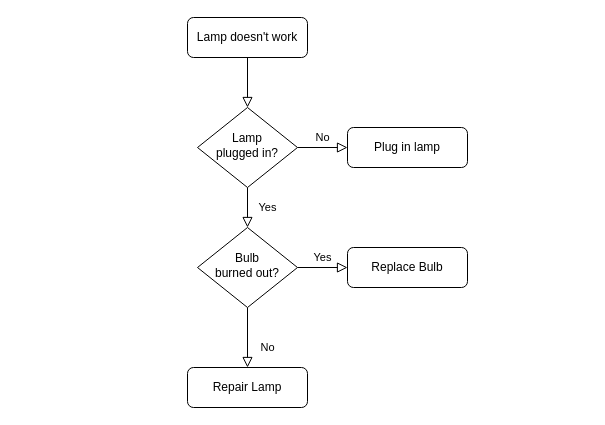
Lady9696/DEV004-md-links keeps this draw.io diagram as Diagrama sin título.drawio. Above is the earlier version. Source tidied: cells renumbered, new cells numbered last; positions are measured from the earlier drawing's top-left corner, leaving out a move shared by most shapes. Both pictures are drawn from the tidied source at 100%, with x=0, y=0 at pixel (187, 17).
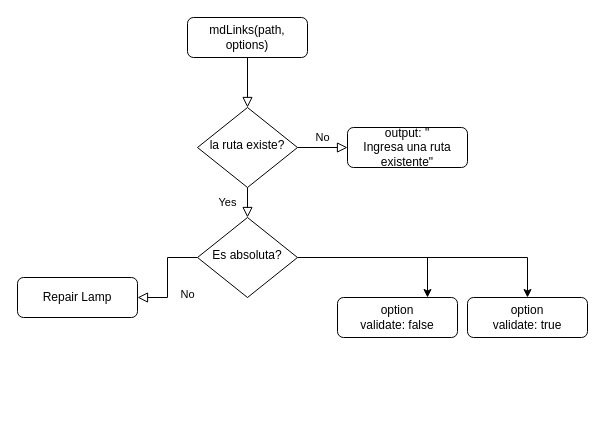
After the change.

Change to the diagram source:
```diff
@@
 <mxGraphModel>
   <root>
     <mxCell id="0" />
     <mxCell id="1" parent="0" />
     <mxCell id="2" style="rounded=0;html=1;jettySize=auto;fontSize=11;endArrow=block;endFill=0;endSize=8;strokeWidth=1;shadow=0;labelBackgroundColor=none;edgeStyle=orthogonalEdgeStyle;" parent="1" edge="1" source="3" target="6">
       <mxGeometry relative="1" as="geometry" />
     </mxCell>
-    <mxCell id="3" value="Lamp doesn't work" style="rounded=1;whiteSpace=wrap;html=1;fontSize=12;glass=0;strokeWidth=1;shadow=0;" parent="1" vertex="1">
+    <mxCell id="3" value="mdLinks(path, options)" style="rounded=1;whiteSpace=wrap;html=1;fontSize=12;glass=0;strokeWidth=1;shadow=0;" parent="1" vertex="1">
       <mxGeometry width="120" height="40" as="geometry" />
     </mxCell>
     <mxCell id="4" value="Yes" style="rounded=0;html=1;jettySize=auto;fontSize=11;endArrow=block;endFill=0;endSize=8;strokeWidth=1;shadow=0;labelBackgroundColor=none;edgeStyle=orthogonalEdgeStyle;" parent="1" edge="1" source="6" target="10">
       <mxGeometry y="20" relative="1" as="geometry" />
     </mxCell>
     <mxCell id="5" value="No" style="edgeStyle=orthogonalEdgeStyle;rounded=0;html=1;jettySize=auto;fontSize=11;endArrow=block;endFill=0;endSize=8;strokeWidth=1;shadow=0;labelBackgroundColor=none;" parent="1" edge="1" source="6" target="7">
       <mxGeometry y="10" relative="1" as="geometry" />
     </mxCell>
-    <mxCell id="6" value="Lamp&lt;br&gt;plugged in?" style="rhombus;whiteSpace=wrap;html=1;shadow=0;fontFamily=Helvetica;fontSize=12;align=center;strokeWidth=1;spacing=6;spacingTop=-4;" parent="1" vertex="1">
+    <mxCell id="6" value="la ruta existe?" style="rhombus;whiteSpace=wrap;html=1;shadow=0;fontFamily=Helvetica;fontSize=12;align=center;strokeWidth=1;spacing=6;spacingTop=-4;" parent="1" vertex="1">
       <mxGeometry x="10" y="90" width="100" height="80" as="geometry" />
     </mxCell>
-    <mxCell id="7" value="Plug in lamp" style="rounded=1;whiteSpace=wrap;html=1;fontSize=12;glass=0;strokeWidth=1;shadow=0;" parent="1" vertex="1">
+    <mxCell id="7" value="output: &quot;&lt;br&gt;Ingresa una ruta existente&quot;" style="rounded=1;whiteSpace=wrap;html=1;fontSize=12;glass=0;strokeWidth=1;shadow=0;" parent="1" vertex="1">
       <mxGeometry x="160" y="110" width="120" height="40" as="geometry" />
     </mxCell>
     <mxCell id="8" value="No" style="rounded=0;html=1;jettySize=auto;fontSize=11;endArrow=block;endFill=0;endSize=8;strokeWidth=1;shadow=0;labelBackgroundColor=none;edgeStyle=orthogonalEdgeStyle;" parent="1" edge="1" source="10" target="11">
       <mxGeometry x="0.33" y="20" relative="1" as="geometry" />
     </mxCell>
-    <mxCell id="9" value="Yes" style="edgeStyle=orthogonalEdgeStyle;rounded=0;html=1;jettySize=auto;fontSize=11;endArrow=block;endFill=0;endSize=8;strokeWidth=1;shadow=0;labelBackgroundColor=none;" parent="1" edge="1" source="10" target="12">
-      <mxGeometry y="10" relative="1" as="geometry" />
-    </mxCell>
+    <mxCell id="13" style="edgeStyle=orthogonalEdgeStyle;rounded=0;jettySize=auto;html=1;entryX=0.5;entryY=0;entryDx=0;entryDy=0;" parent="1" edge="1" source="10" target="16">
+      <mxGeometry relative="1" as="geometry" />
+    </mxCell>
+    <mxCell id="14" style="edgeStyle=orthogonalEdgeStyle;rounded=0;jettySize=auto;html=1;entryX=0.75;entryY=0;entryDx=0;entryDy=0;" parent="1" edge="1" source="10" target="15">
+      <mxGeometry relative="1" as="geometry" />
+    </mxCell>
-    <mxCell id="10" value="Bulb&lt;br&gt;burned out?" style="rhombus;whiteSpace=wrap;html=1;shadow=0;fontFamily=Helvetica;fontSize=12;align=center;strokeWidth=1;spacing=6;spacingTop=-4;" parent="1" vertex="1">
-      <mxGeometry x="10" y="210" width="100" height="80" as="geometry" />
+    <mxCell id="10" value="Es absoluta?" style="rhombus;whiteSpace=wrap;html=1;shadow=0;fontFamily=Helvetica;fontSize=12;align=center;strokeWidth=1;spacing=6;spacingTop=-4;" parent="1" vertex="1">
+      <mxGeometry x="10" y="200" width="100" height="80" as="geometry" />
     </mxCell>
     <mxCell id="11" value="Repair Lamp" style="rounded=1;whiteSpace=wrap;html=1;fontSize=12;glass=0;strokeWidth=1;shadow=0;" parent="1" vertex="1">
-      <mxGeometry y="350" width="120" height="40" as="geometry" />
+      <mxGeometry x="-170" y="260" width="120" height="40" as="geometry" />
     </mxCell>
-    <mxCell id="12" value="Replace Bulb" style="rounded=1;whiteSpace=wrap;html=1;fontSize=12;glass=0;strokeWidth=1;shadow=0;" parent="1" vertex="1">
-      <mxGeometry x="160" y="230" width="120" height="40" as="geometry" />
-    </mxCell>
+    <mxCell id="15" value="option&lt;br&gt;validate: false" style="rounded=1;whiteSpace=wrap;html=1;fontSize=12;glass=0;strokeWidth=1;shadow=0;" parent="1" vertex="1">
+      <mxGeometry x="150" y="280" width="120" height="40" as="geometry" />
+    </mxCell>
+    <mxCell id="16" value="option&lt;br&gt;validate: true" style="rounded=1;whiteSpace=wrap;html=1;fontSize=12;glass=0;strokeWidth=1;shadow=0;" parent="1" vertex="1">
+      <mxGeometry x="280" y="280" width="120" height="40" as="geometry" />
+    </mxCell>
   </root>
 </mxGraphModel>
```
